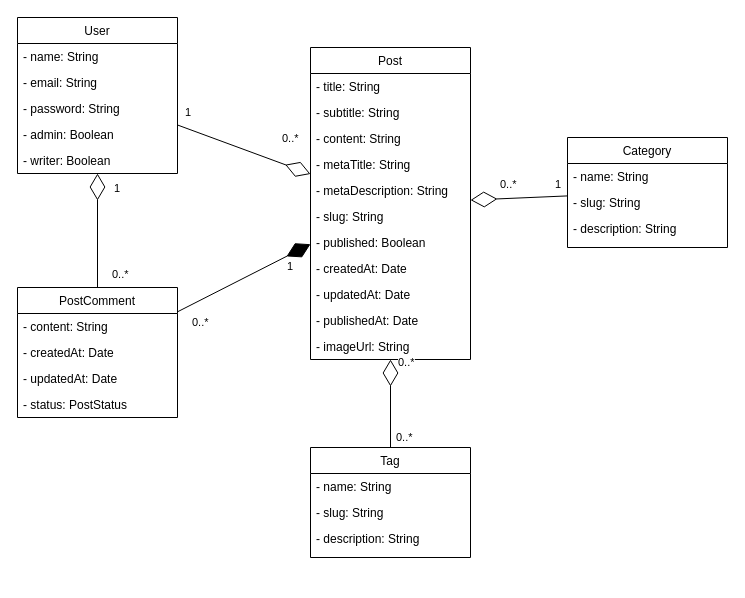
Above: class-diagram.drawio in gabrielluciano/personal-blog (draw.io), before the change. Source tidied: cells renumbered, new cells numbered last; positions are measured from the earlier drawing's top-left corner, leaving out a move shared by most shapes. Both pictures are drawn from the tidied source at 100%, with x=0, y=0 at pixel (17, 17).
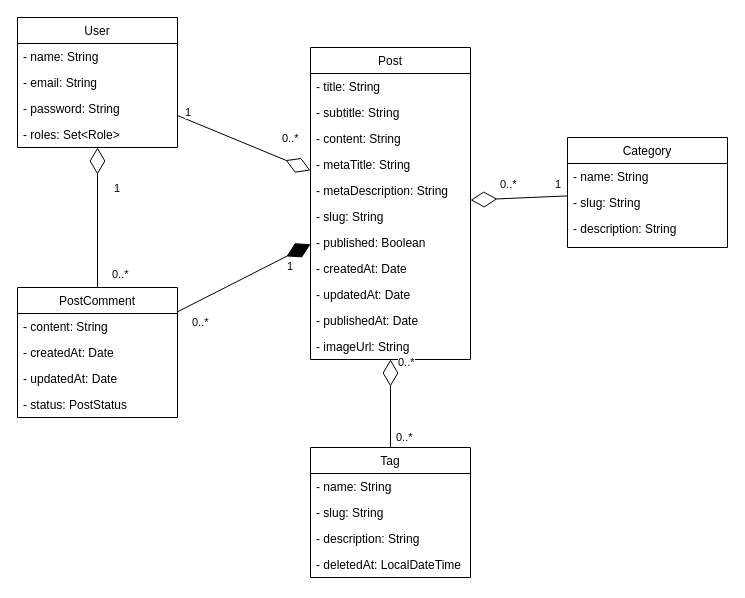
After the change.

Commit message (it also covers changes not shown here):
Changed roles to a Set of Role objects in User entity

The edit, as a diff of the source:
```diff
@@
     <mxCell id="19" value="User" style="swimlane;fontStyle=0;align=center;verticalAlign=top;horizontal=1;startSize=26;rounded=0;shadow=0;strokeWidth=1;" parent="1" vertex="1">
-      <mxGeometry width="160" height="156" as="geometry" />
+      <mxGeometry width="160" height="130" as="geometry" />
     </mxCell>
@@
-    <mxCell id="23" value="- admin: Boolean" style="text;align=left;verticalAlign=top;spacingLeft=4;spacingRight=4;overflow=hidden;" parent="19" vertex="1">
+    <mxCell id="23" value="- roles: Set&lt;Role&gt;" style="text;align=left;verticalAlign=top;spacingLeft=4;spacingRight=4;overflow=hidden;" parent="19" vertex="1">
       <mxGeometry y="104" width="160" height="26" as="geometry" />
     </mxCell>
-    <mxCell id="24" value="- writer: Boolean" style="text;align=left;verticalAlign=top;spacingLeft=4;spacingRight=4;overflow=hidden;" parent="19" vertex="1">
-      <mxGeometry y="130" width="160" height="26" as="geometry" />
-    </mxCell>
@@
     <mxCell id="29" value="Tag" style="swimlane;fontStyle=0;align=center;verticalAlign=top;horizontal=1;startSize=26;rounded=0;shadow=0;strokeWidth=1;" parent="1" vertex="1">
-      <mxGeometry x="293" y="430" width="160" height="110" as="geometry" />
+      <mxGeometry x="293" y="430" width="160" height="130" as="geometry" />
     </mxCell>
@@
+    <mxCell id="48" value="- deletedAt: LocalDateTime" style="text;align=left;verticalAlign=top;spacingLeft=4;spacingRight=4;overflow=hidden;" parent="29" vertex="1">
+      <mxGeometry y="104" width="160" height="26" as="geometry" />
+    </mxCell>
```
